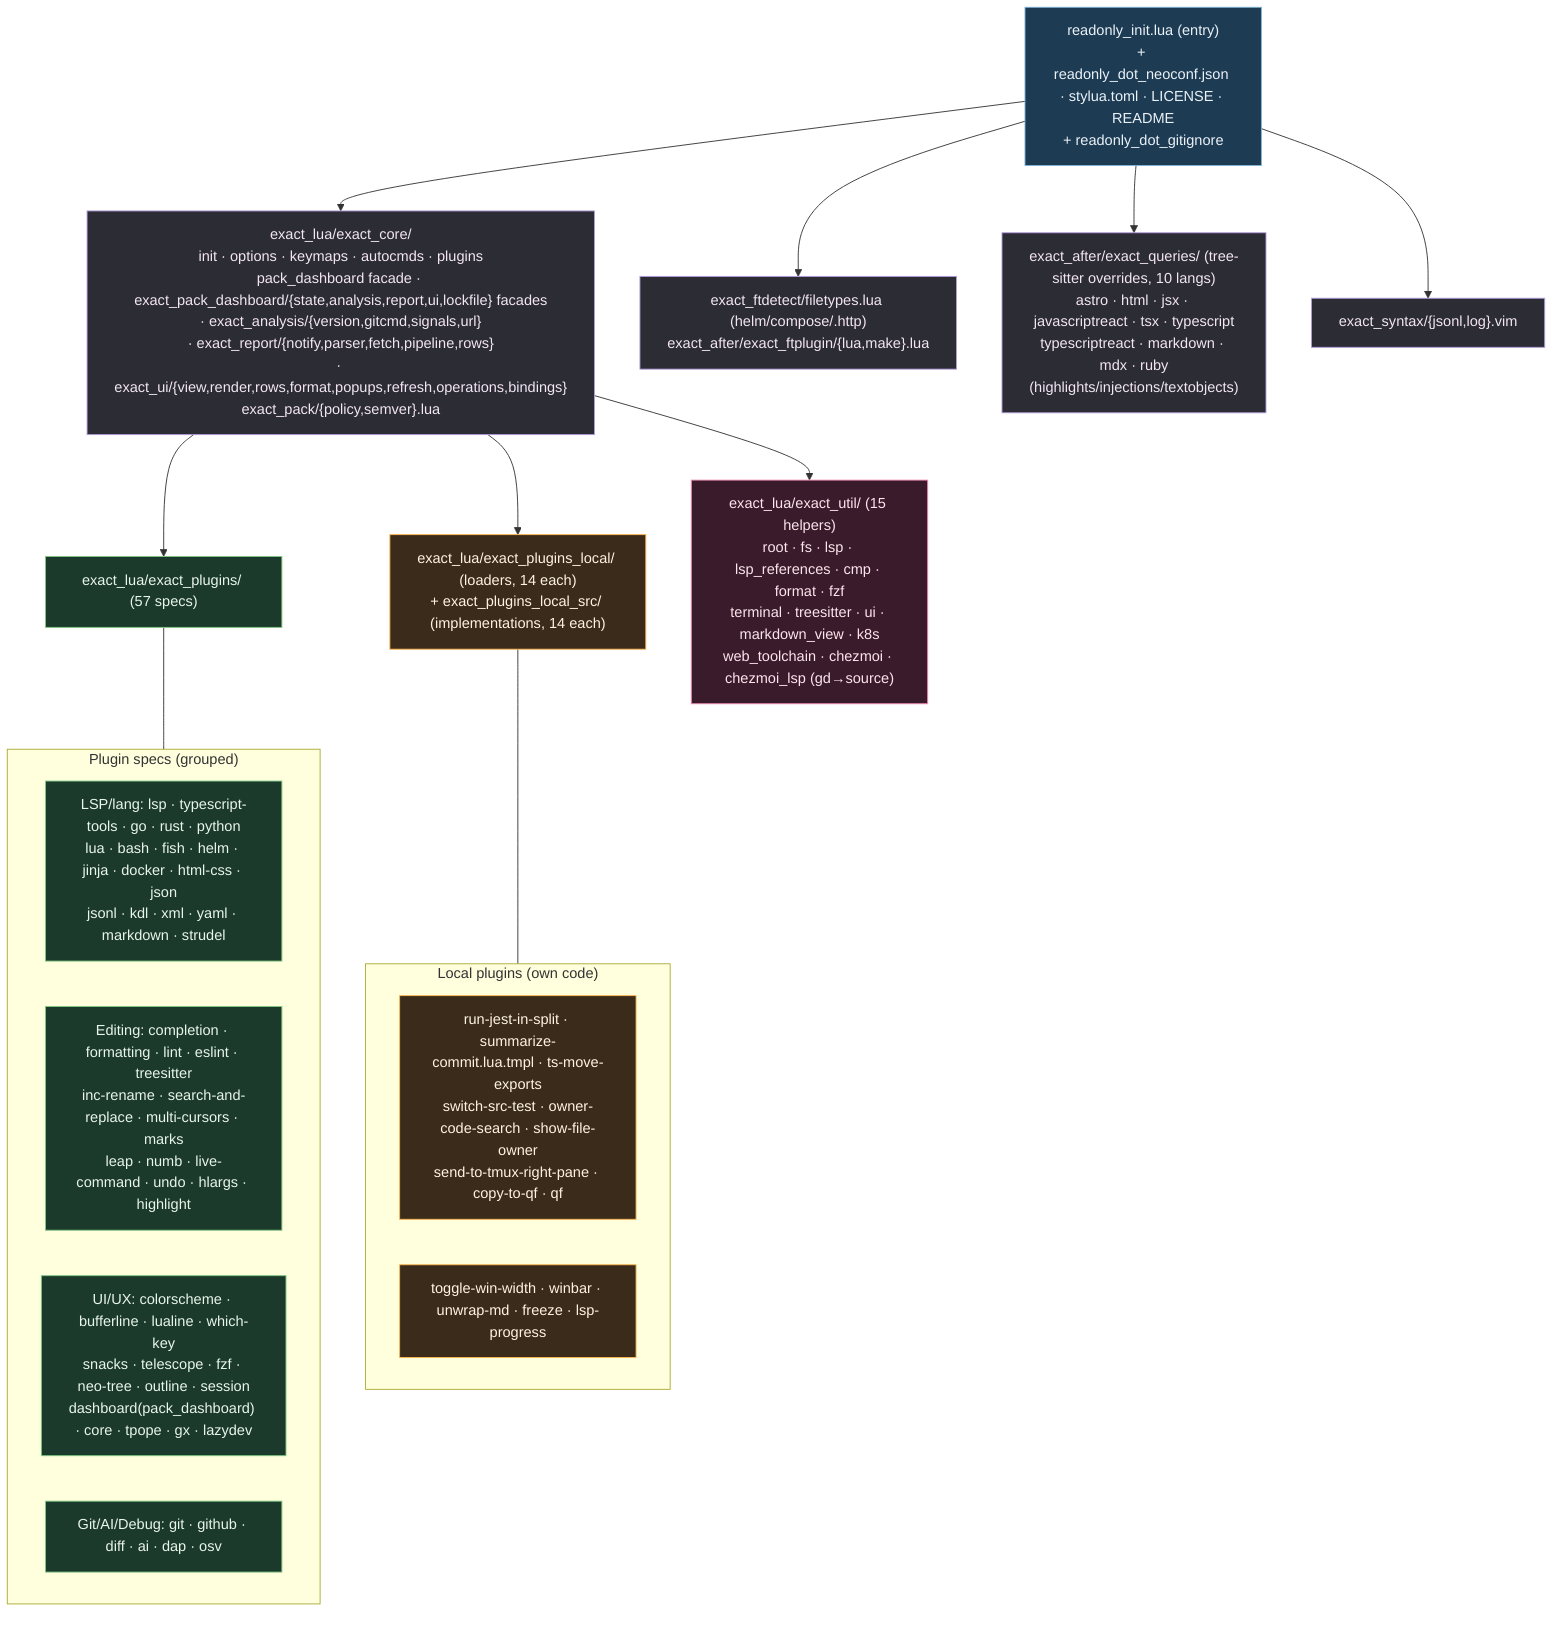
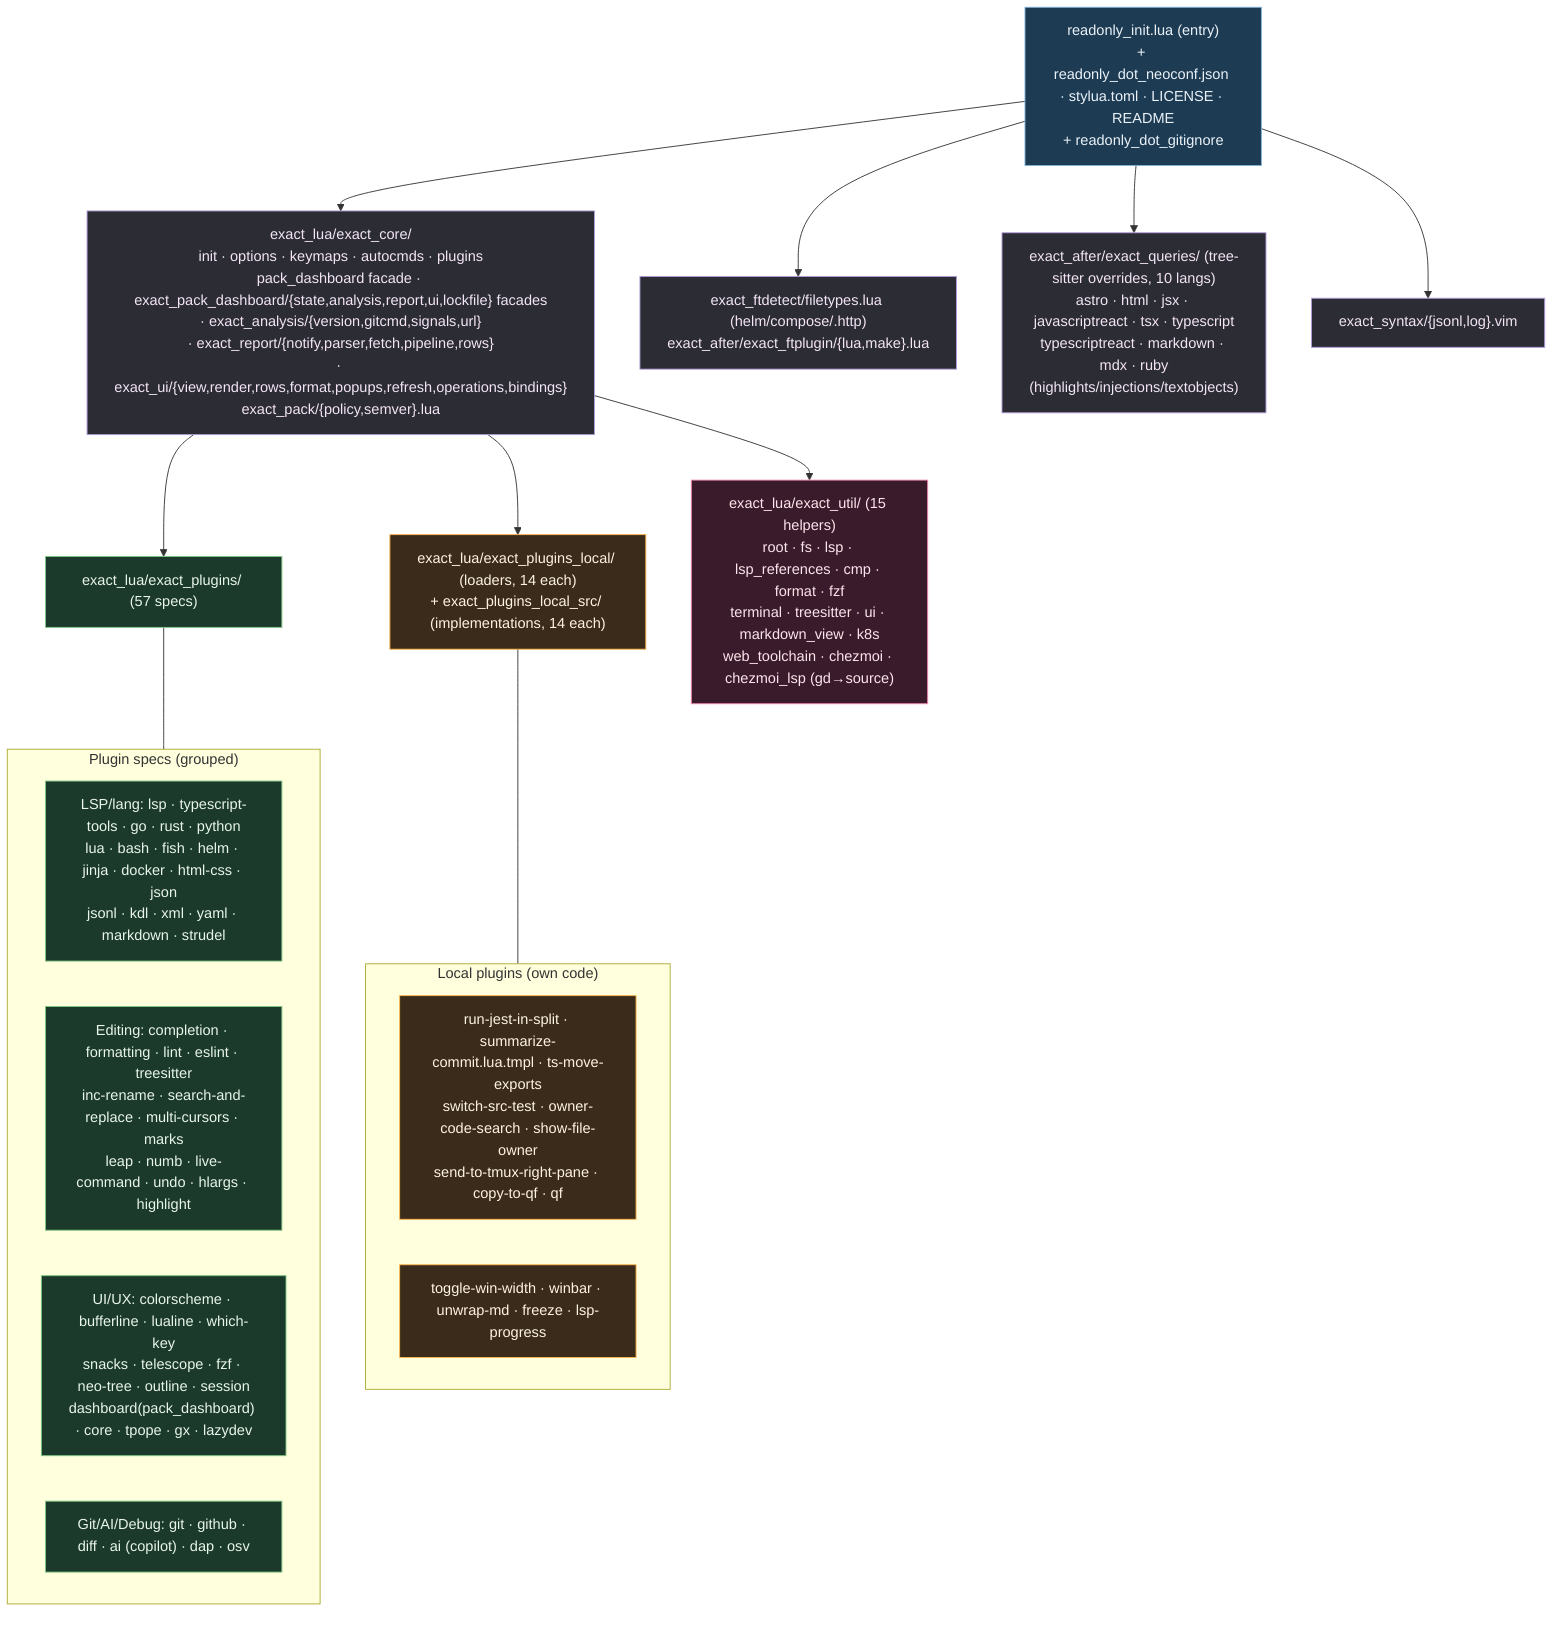
%% ============================================================================
%% 07b-neovim.mmd — Every file under home/dot_config/exact_nvim/ (155).
%% Deployed to ~/.config/nvim/. Loader init.lua → core → plugins → util.
%% Plugin manager: native vim.pack (exact_core/exact_pack policy+semver).
%% ============================================================================
flowchart TB
    classDef boot fill:#1d3b53,stroke:#7fb3d5,color:#eaf2f8;
    classDef core fill:#2c2c34,stroke:#b39ddb,color:#f3e5f5;
    classDef plug fill:#1b3a2b,stroke:#81c784,color:#e8f5e9;
    classDef local fill:#3a2b1b,stroke:#ffb74d,color:#fff3e0;
    classDef util fill:#3a1b2b,stroke:#f48fb1,color:#fce4ec;

    BOOT["readonly_init.lua (entry)<br/>+ readonly_dot_neoconf.json · stylua.toml · LICENSE · README<br/>+ readonly_dot_gitignore"]:::boot

    BOOT --> CORE["exact_lua/exact_core/<br/>init · options · keymaps · autocmds · plugins<br/>pack_dashboard facade · exact_pack_dashboard/{state,analysis,report,ui,lockfile} facades<br/>· exact_analysis/{version,gitcmd,signals,url}<br/>· exact_report/{notify,parser,fetch,pipeline,rows}<br/>· exact_ui/{view,render,rows,format,popups,refresh,operations,bindings}<br/>exact_pack/{policy,semver}.lua"]:::core

    CORE --> PLUGINS["exact_lua/exact_plugins/ (57 specs)"]:::plug
    subgraph PG["Plugin specs (grouped)"]
        PG1["LSP/lang: lsp · typescript-tools · go · rust · python<br/>lua · bash · fish · helm · jinja · docker · html-css · json<br/>jsonl · kdl · xml · yaml · markdown · strudel"]:::plug
        PG2["Editing: completion · formatting · lint · eslint · treesitter<br/>inc-rename · search-and-replace · multi-cursors · marks<br/>leap · numb · live-command · undo · hlargs · highlight"]:::plug
        PG3["UI/UX: colorscheme · bufferline · lualine · which-key<br/>snacks · telescope · fzf · neo-tree · outline · session<br/>dashboard(pack_dashboard) · core · tpope · gx · lazydev"]:::plug
-         PG4["Git/AI/Debug: git · github · diff · ai · dap · osv"]:::plug
+         PG4["Git/AI/Debug: git · github · diff · ai (copilot) · dap · osv"]:::plug
    end
    PLUGINS --- PG

    CORE --> LOCAL["exact_lua/exact_plugins_local/ (loaders, 14 each)<br/>+ exact_plugins_local_src/ (implementations, 14 each)"]:::local
    subgraph LP["Local plugins (own code)"]
        LP1["run-jest-in-split · summarize-commit.lua.tmpl · ts-move-exports<br/>switch-src-test · owner-code-search · show-file-owner<br/>send-to-tmux-right-pane · copy-to-qf · qf"]:::local
        LP2["toggle-win-width · winbar · unwrap-md · freeze · lsp-progress"]:::local
    end
    LOCAL --- LP

    CORE --> UTIL["exact_lua/exact_util/ (15 helpers)<br/>root · fs · lsp · lsp_references · cmp · format · fzf<br/>terminal · treesitter · ui · markdown_view · k8s<br/>web_toolchain · chezmoi · chezmoi_lsp (gd→source)"]:::util

    BOOT --> FT["exact_ftdetect/filetypes.lua (helm/compose/.http)<br/>exact_after/exact_ftplugin/{lua,make}.lua"]:::core
    BOOT --> TS["exact_after/exact_queries/ (tree-sitter overrides, 10 langs)<br/>astro · html · jsx · javascriptreact · tsx · typescript<br/>typescriptreact · markdown · mdx · ruby<br/>(highlights/injections/textobjects)"]:::core
    BOOT --> SYN["exact_syntax/{jsonl,log}.vim"]:::core
